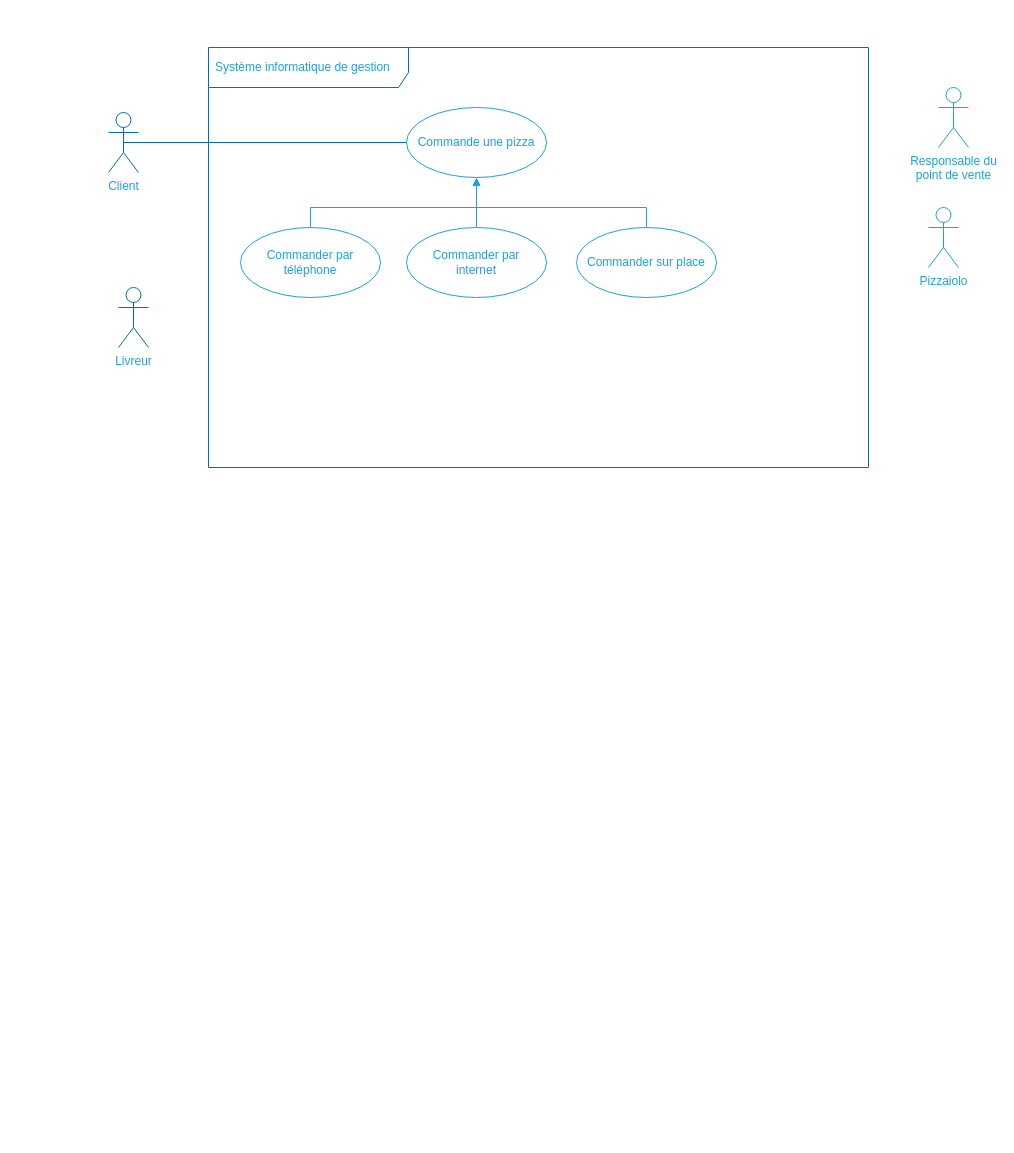
The draw.io diagram img/use-case-diagram.dio in centvingt/OCPizzaRedaction, before the edit. Source tidied: cells renumbered, new cells numbered last; positions are measured from the earlier drawing's top-left corner, leaving out a move shared by most shapes. Both pictures are drawn from the tidied source at 100%, with x=0, y=0 at pixel (108, 47).
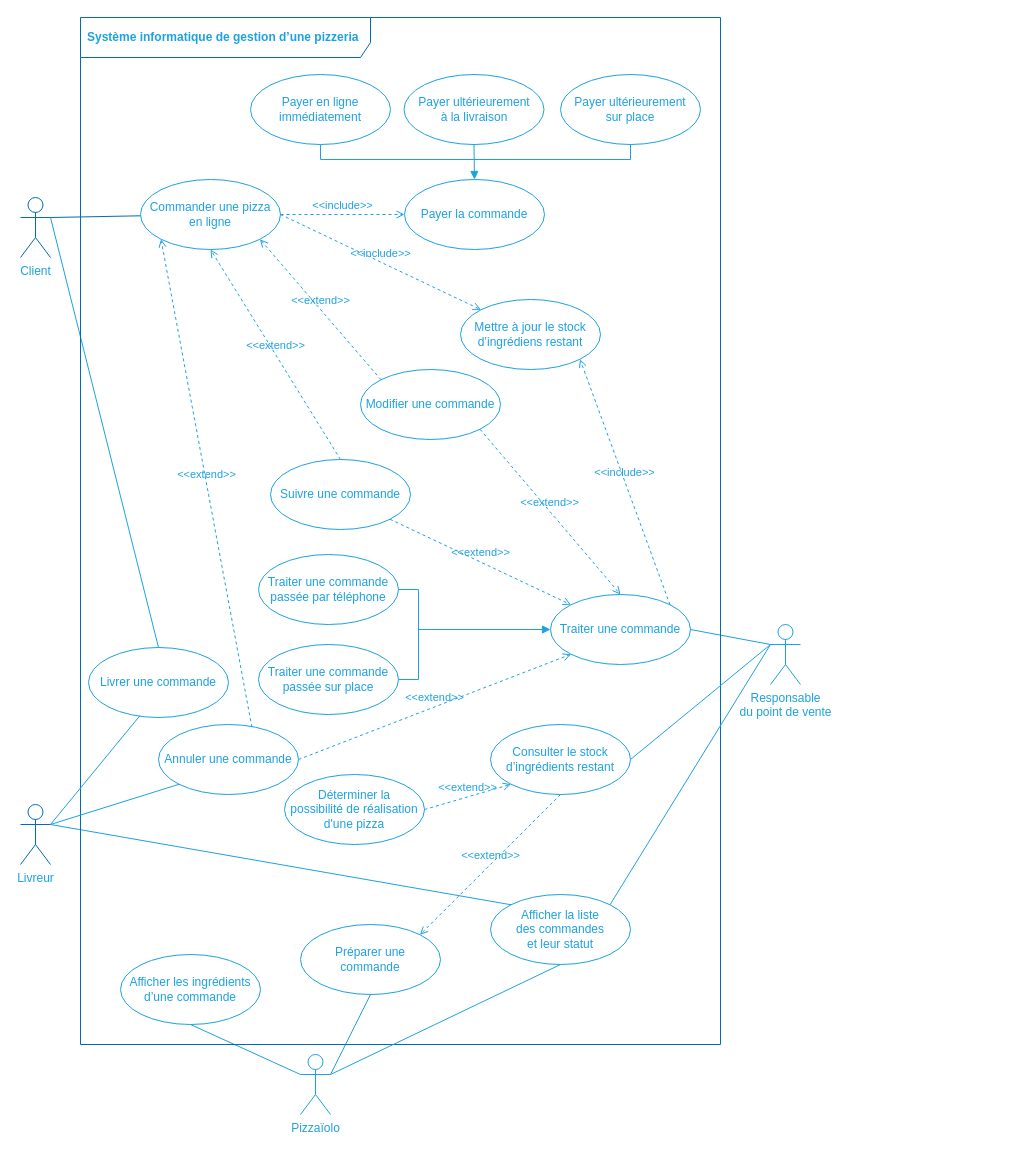
Above is the later version.

The edit, as a diff of the source:
```diff
@@
+    <mxCell id="14" parent="0" />
+    <mxCell id="15" style="edgeStyle=none;rounded=0;jettySize=auto;html=1;exitX=0.5;exitY=1;exitDx=0;exitDy=0;entryX=1;entryY=0.3333333333333333;entryDx=0;entryDy=0;entryPerimeter=0;endArrow=none;endFill=0;strokeColor=#1DA1E1;" parent="14" edge="1" source="34" target="4">
+      <mxGeometry relative="1" as="geometry" />
+    </mxCell>
+    <mxCell id="16" style="edgeStyle=none;rounded=0;jettySize=auto;html=1;exitX=0.5;exitY=1;exitDx=0;exitDy=0;entryX=0;entryY=0.3333333333333333;entryDx=0;entryDy=0;entryPerimeter=0;endArrow=none;endFill=0;strokeColor=#1DA1E1;" parent="14" edge="1" source="40" target="4">
+      <mxGeometry relative="1" as="geometry" />
+    </mxCell>
+    <mxCell id="17" style="edgeStyle=none;rounded=0;jettySize=auto;html=1;exitX=0;exitY=0;exitDx=0;exitDy=0;entryX=1;entryY=0.3333333333333333;entryDx=0;entryDy=0;entryPerimeter=0;endArrow=none;endFill=0;targetPerimeterSpacing=-12;strokeColor=#1DA1E1;" parent="14" edge="1" source="47" target="5">
+      <mxGeometry relative="1" as="geometry" />
+    </mxCell>
+    <mxCell id="18" style="rounded=0;jettySize=auto;html=1;exitX=1;exitY=0.5;exitDx=0;exitDy=0;entryX=0;entryY=0.3333333333333333;entryDx=0;entryDy=0;entryPerimeter=0;startArrow=none;startFill=0;endArrow=none;endFill=0;strokeColor=#1DA1E1;" parent="14" edge="1" source="56" target="3">
+      <mxGeometry relative="1" as="geometry" />
+    </mxCell>
+    <mxCell id="19" value="&lt;font color=&quot;#1da1e1&quot;&gt;&amp;lt;&amp;lt;extend&amp;gt;&amp;gt;&lt;/font&gt;" style="html=1;verticalAlign=bottom;labelBackgroundColor=none;endArrow=open;endFill=0;dashed=1;strokeColor=#1DA1E1;entryX=1;entryY=1;entryDx=0;entryDy=0;exitX=0;exitY=0;exitDx=0;exitDy=0;" parent="14" edge="1" source="35" target="8">
+      <mxGeometry relative="1" as="geometry" />
+    </mxCell>
+    <mxCell id="20" value="&lt;font color=&quot;#1da1e1&quot;&gt;&amp;lt;&amp;lt;extend&amp;gt;&amp;gt;&lt;/font&gt;" style="html=1;verticalAlign=bottom;labelBackgroundColor=none;endArrow=open;endFill=0;dashed=1;strokeColor=#1DA1E1;entryX=0.5;entryY=1;entryDx=0;entryDy=0;exitX=0.5;exitY=0;exitDx=0;exitDy=0;" parent="14" edge="1" source="53" target="8">
+      <mxGeometry relative="1" as="geometry" />
+    </mxCell>
+    <mxCell id="21" value="&lt;font color=&quot;#1da1e1&quot;&gt;&amp;lt;&amp;lt;extend&amp;gt;&amp;gt;&lt;/font&gt;" style="html=1;verticalAlign=bottom;labelBackgroundColor=none;endArrow=open;endFill=0;dashed=1;strokeColor=#1DA1E1;entryX=0;entryY=1;entryDx=0;entryDy=0;exitX=0.667;exitY=0.036;exitDx=0;exitDy=0;exitPerimeter=0;" parent="14" edge="1" source="50" target="8">
+      <mxGeometry relative="1" as="geometry" />
+    </mxCell>
+    <mxCell id="22" value="&lt;font color=&quot;#1da1e1&quot;&gt;&amp;lt;&amp;lt;extend&amp;gt;&amp;gt;&lt;/font&gt;" style="html=1;verticalAlign=bottom;labelBackgroundColor=none;endArrow=open;endFill=0;dashed=1;strokeColor=#1DA1E1;entryX=0.5;entryY=0;entryDx=0;entryDy=0;exitX=1;exitY=1;exitDx=0;exitDy=0;" parent="14" edge="1" source="35" target="56">
+      <mxGeometry relative="1" as="geometry" />
+    </mxCell>
+    <mxCell id="23" style="group;" parent="14" vertex="1">
+      <mxGeometry x="350" y="582" as="geometry" />
+    </mxCell>
+    <mxCell id="24" style="edgeStyle=orthogonalEdgeStyle;rounded=0;jettySize=auto;html=1;exitX=1;exitY=0.5;exitDx=0;exitDy=0;entryX=1;entryY=0.5;entryDx=0;entryDy=0;strokeColor=#1DA1E1;endArrow=none;endFill=0;" parent="23" edge="1" source="44" target="39">
+      <mxGeometry relative="1" as="geometry" />
+    </mxCell>
+    <mxCell id="25" style="rounded=0;jettySize=auto;html=1;exitX=0;exitY=0.5;exitDx=0;exitDy=0;endArrow=none;endFill=0;strokeColor=#1DA1E1;edgeStyle=orthogonalEdgeStyle;startArrow=block;startFill=1;" parent="23" edge="1" source="56">
+      <mxGeometry relative="1" as="geometry">
+        <mxPoint x="-40" as="targetPoint" />
+      </mxGeometry>
+    </mxCell>
+    <mxCell id="26" value="&lt;font color=&quot;#1da1e1&quot;&gt;&amp;lt;&amp;lt;extend&amp;gt;&amp;gt;&lt;/font&gt;" style="html=1;verticalAlign=bottom;labelBackgroundColor=none;endArrow=open;endFill=0;dashed=1;strokeColor=#1DA1E1;entryX=0;entryY=0;entryDx=0;entryDy=0;exitX=1;exitY=1;exitDx=0;exitDy=0;" parent="14" edge="1" source="53" target="56">
+      <mxGeometry relative="1" as="geometry" />
+    </mxCell>
+    <mxCell id="27" value="&lt;font color=&quot;#1da1e1&quot;&gt;&amp;lt;&amp;lt;extend&amp;gt;&amp;gt;&lt;/font&gt;" style="html=1;verticalAlign=bottom;labelBackgroundColor=none;endArrow=open;endFill=0;dashed=1;strokeColor=#1DA1E1;entryX=0;entryY=1;entryDx=0;entryDy=0;exitX=1;exitY=0.5;exitDx=0;exitDy=0;" parent="14" edge="1" source="50" target="56">
+      <mxGeometry relative="1" as="geometry" />
+    </mxCell>
+    <mxCell id="28" value="&lt;font color=&quot;#1da1e1&quot;&gt;&amp;lt;&amp;lt;extend&amp;gt;&amp;gt;&lt;/font&gt;" style="html=1;verticalAlign=bottom;labelBackgroundColor=none;endArrow=open;endFill=0;dashed=1;strokeColor=#1DA1E1;entryX=0;entryY=1;entryDx=0;entryDy=0;exitX=1;exitY=0.5;exitDx=0;exitDy=0;" parent="14" edge="1" source="58" target="42">
+      <mxGeometry relative="1" as="geometry" />
+    </mxCell>
+    <mxCell id="29" value="&lt;font color=&quot;#1da1e1&quot;&gt;&amp;lt;&amp;lt;extend&amp;gt;&amp;gt;&lt;/font&gt;" style="html=1;verticalAlign=bottom;labelBackgroundColor=none;endArrow=open;endFill=0;dashed=1;strokeColor=#1DA1E1;exitX=0.5;exitY=1;exitDx=0;exitDy=0;entryX=1;entryY=0;entryDx=0;entryDy=0;" parent="14" edge="1" source="42" target="34">
+      <mxGeometry relative="1" as="geometry" />
+    </mxCell>
+    <mxCell id="30" style="edgeStyle=none;rounded=0;jettySize=auto;html=1;exitX=0.5;exitY=0;exitDx=0;exitDy=0;entryX=1;entryY=0.3333333333333333;entryDx=0;entryDy=0;entryPerimeter=0;startArrow=none;startFill=0;endArrow=none;endFill=0;strokeColor=#1DA1E1;" parent="14" edge="1" source="33" target="7">
+      <mxGeometry relative="1" as="geometry" />
+    </mxCell>
+    <mxCell id="31" value="&lt;font color=&quot;#1da1e1&quot;&gt;Système informatique de gestion d’une pizzeria&lt;/font&gt;" style="shape=umlFrame;whiteSpace=wrap;html=1;width=290;height=40;boundedLbl=1;verticalAlign=middle;align=left;spacingLeft=5;strokeColor=#006EAF;fontColor=#ffffff;fillColor=none;fontStyle=1;" parent="14" vertex="1">
+      <mxGeometry x="-28" y="-30" width="640" height="1027" as="geometry" />
+    </mxCell>
@@
-    <mxCell id="2" value="&lt;font color=&quot;#1da1e1&quot;&gt;Système informatique de gestion&lt;/font&gt;" style="shape=umlFrame;whiteSpace=wrap;html=1;width=200;height=40;boundedLbl=1;verticalAlign=middle;align=left;spacingLeft=5;strokeColor=#006EAF;fontColor=#ffffff;fillColor=none;" parent="1" vertex="1">
-      <mxGeometry x="100" width="660" height="420" as="geometry" />
-    </mxCell>
-    <mxCell id="3" value="&lt;font color=&quot;#1da1e1&quot;&gt;Responsable du &lt;br&gt;point de vente&lt;br&gt;&lt;/font&gt;" style="shape=umlActor;verticalLabelPosition=bottom;verticalAlign=top;html=1;strokeColor=#1DA1E1;fillColor=none;" parent="1" vertex="1">
-      <mxGeometry x="830" y="40" width="30" height="60" as="geometry" />
-    </mxCell>
-    <mxCell id="4" value="&lt;font color=&quot;#1da1e1&quot;&gt;Pizzaiolo&lt;/font&gt;" style="shape=umlActor;verticalLabelPosition=bottom;verticalAlign=top;html=1;strokeColor=#1DA1E1;fillColor=none;" parent="1" vertex="1">
-      <mxGeometry x="820" y="160" width="30" height="60" as="geometry" />
+    <mxCell id="4" value="&lt;font color=&quot;#1da1e1&quot;&gt;Pizzaïolo&lt;/font&gt;" style="shape=umlActor;verticalLabelPosition=bottom;verticalAlign=top;html=1;strokeColor=#1DA1E1;fillColor=none;" parent="1" vertex="1">
+      <mxGeometry x="192" y="1007" width="30" height="60" as="geometry" />
     </mxCell>
+    <mxCell id="32" style="edgeStyle=none;jettySize=auto;html=1;exitX=1;exitY=0.3333333333333333;exitDx=0;exitDy=0;exitPerimeter=0;entryX=0.366;entryY=0.977;entryDx=0;entryDy=0;startArrow=none;startFill=0;endArrow=none;endFill=0;targetPerimeterSpacing=0;strokeColor=#1DA1E1;entryPerimeter=0;" parent="1" edge="1" source="5" target="33">
+      <mxGeometry relative="1" as="geometry" />
+    </mxCell>
-    <mxCell id="5" value="&lt;font color=&quot;#1da1e1&quot;&gt;Livreur&lt;/font&gt;" style="shape=umlActor;verticalLabelPosition=bottom;verticalAlign=top;html=1;strokeColor=#006EAF;fontColor=#ffffff;fillColor=none;" parent="1" vertex="1">
-      <mxGeometry x="10" y="240" width="30" height="60" as="geometry" />
+    <mxCell id="5" value="&lt;font color=&quot;#1da1e1&quot;&gt;Livreur&lt;/font&gt;" style="shape=umlActor;verticalLabelPosition=bottom;verticalAlign=top;html=1;strokeColor=#006EAF;fontColor=#ffffff;fillColor=none;rotation=0;direction=east;" parent="1" vertex="1">
+      <mxGeometry x="-88" y="757" width="30" height="60" as="geometry" />
     </mxCell>
-    <mxCell id="6" style="edgeStyle=orthogonalEdgeStyle;rounded=0;jettySize=auto;html=1;exitX=0.5;exitY=0.5;exitDx=0;exitDy=0;exitPerimeter=0;endArrow=none;endFill=0;fillColor=#1ba1e2;strokeColor=#006EAF;" parent="1" edge="1" source="7" target="8">
+    <mxCell id="6" style="rounded=0;jettySize=auto;html=1;exitX=1;exitY=0.3333333333333333;exitDx=0;exitDy=0;exitPerimeter=0;endArrow=none;endFill=0;fillColor=#1ba1e2;strokeColor=#006EAF;" parent="1" edge="1" source="7" target="8">
       <mxGeometry relative="1" as="geometry" />
     </mxCell>
     <mxCell id="7" value="&lt;font color=&quot;#1da1e1&quot;&gt;Client&lt;/font&gt;" style="shape=umlActor;verticalLabelPosition=bottom;verticalAlign=top;html=1;strokeColor=#006EAF;fontColor=#ffffff;fillColor=none;" parent="1" vertex="1">
-      <mxGeometry y="65" width="30" height="60" as="geometry" />
+      <mxGeometry x="-88" y="150" width="30" height="60" as="geometry" />
     </mxCell>
-    <mxCell id="8" value="&lt;font color=&quot;#1da1e1&quot;&gt;Commande une pizza&lt;/font&gt;" style="ellipse;whiteSpace=wrap;html=1;fillColor=none;strokeColor=#1DA1E1;" parent="1" vertex="1">
-      <mxGeometry x="298" y="60" width="140" height="70" as="geometry" />
+    <mxCell id="8" value="&lt;font color=&quot;#1da1e1&quot;&gt;Commander une pizza &lt;br&gt;en ligne&lt;/font&gt;" style="ellipse;whiteSpace=wrap;html=1;fillColor=none;strokeColor=#1DA1E1;" parent="1" vertex="1">
+      <mxGeometry x="32" y="132" width="140" height="70" as="geometry" />
     </mxCell>
-    <mxCell id="9" value="&lt;font color=&quot;#1da1e1&quot;&gt;Commander par téléphone&lt;/font&gt;" style="ellipse;whiteSpace=wrap;html=1;fillColor=none;strokeColor=#1DA1E1;" parent="1" vertex="1">
-      <mxGeometry x="132" y="180" width="140" height="70" as="geometry" />
-    </mxCell>
-    <mxCell id="10" style="edgeStyle=orthogonalEdgeStyle;rounded=0;jettySize=auto;html=1;endArrow=block;endFill=1;strokeColor=#1DA1E1;" parent="1" edge="1" source="11" target="8">
-      <mxGeometry relative="1" as="geometry" />
-    </mxCell>
-    <mxCell id="11" value="&lt;font color=&quot;#1da1e1&quot;&gt;Commander par &lt;br&gt;internet&lt;/font&gt;" style="ellipse;whiteSpace=wrap;html=1;fillColor=none;strokeColor=#1DA1E1;" parent="1" vertex="1">
-      <mxGeometry x="298" y="180" width="140" height="70" as="geometry" />
-    </mxCell>
-    <mxCell id="12" style="edgeStyle=orthogonalEdgeStyle;rounded=0;jettySize=auto;html=1;endArrow=none;endFill=0;strokeColor=#1DA1E1;" parent="1" edge="1" source="13" target="9">
-      <mxGeometry relative="1" as="geometry">
-        <Array as="points">
-          <mxPoint x="538" y="160" />
-          <mxPoint x="202" y="160" />
-        </Array>
-      </mxGeometry>
-    </mxCell>
-    <mxCell id="13" value="&lt;font color=&quot;#1da1e1&quot;&gt;Commander sur place&lt;/font&gt;" style="ellipse;whiteSpace=wrap;html=1;fillColor=none;strokeColor=#1DA1E1;" parent="1" vertex="1">
-      <mxGeometry x="468" y="180" width="140" height="70" as="geometry" />
-    </mxCell>
+    <mxCell id="33" value="&lt;font color=&quot;#1da1e1&quot;&gt;Livrer une&amp;nbsp;commande&lt;/font&gt;" style="ellipse;whiteSpace=wrap;html=1;fillColor=none;strokeColor=#1DA1E1;" parent="1" vertex="1">
+      <mxGeometry x="-20" y="600" width="140" height="70" as="geometry" />
+    </mxCell>
+    <mxCell id="34" value="&lt;font color=&quot;#1da1e1&quot;&gt;Préparer une &lt;br&gt;commande&lt;/font&gt;" style="ellipse;whiteSpace=wrap;html=1;fillColor=none;strokeColor=#1DA1E1;" parent="1" vertex="1">
+      <mxGeometry x="192" y="877" width="140" height="70" as="geometry" />
+    </mxCell>
+    <mxCell id="35" value="&lt;font color=&quot;#1da1e1&quot;&gt;Modifier une commande&lt;/font&gt;" style="ellipse;whiteSpace=wrap;html=1;fillColor=none;strokeColor=#1DA1E1;" parent="1" vertex="1">
+      <mxGeometry x="252" y="322" width="140" height="70" as="geometry" />
+    </mxCell>
+    <mxCell id="36" style="edgeStyle=orthogonalEdgeStyle;rounded=0;jettySize=auto;html=1;exitX=0.5;exitY=0;exitDx=0;exitDy=0;startArrow=block;startFill=1;endArrow=none;endFill=0;targetPerimeterSpacing=0;strokeColor=#1DA1E1;entryX=0.5;entryY=1;entryDx=0;entryDy=0;" parent="1" edge="1" source="37" target="54">
+      <mxGeometry relative="1" as="geometry" />
+    </mxCell>
+    <mxCell id="37" value="&lt;font color=&quot;#1da1e1&quot;&gt;Payer la commande&lt;/font&gt;" style="ellipse;whiteSpace=wrap;html=1;fillColor=none;strokeColor=#1DA1E1;" parent="1" vertex="1">
+      <mxGeometry x="296" y="132" width="140" height="70" as="geometry" />
+    </mxCell>
+    <mxCell id="38" value="&lt;font color=&quot;#1da1e1&quot;&gt;&amp;lt;&amp;lt;include&amp;gt;&amp;gt;&lt;/font&gt;" style="html=1;verticalAlign=bottom;labelBackgroundColor=none;endArrow=open;endFill=0;dashed=1;strokeColor=#1DA1E1;entryX=0;entryY=0.5;entryDx=0;entryDy=0;exitX=1;exitY=0.5;exitDx=0;exitDy=0;" parent="1" edge="1" source="8" target="37">
+      <mxGeometry relative="1" as="geometry" />
+    </mxCell>
+    <mxCell id="39" value="&lt;font color=&quot;#1da1e1&quot; style=&quot;font-weight: normal&quot;&gt;Traiter une commande passée sur place&lt;/font&gt;" style="ellipse;whiteSpace=wrap;html=1;fillColor=none;strokeColor=#1DA1E1;fontStyle=1;" parent="1" vertex="1">
+      <mxGeometry x="150" y="597" width="140" height="70" as="geometry" />
+    </mxCell>
+    <mxCell id="3" value="&lt;font color=&quot;#1da1e1&quot;&gt;Responsable &lt;br&gt;du point de vente&lt;br&gt;&lt;/font&gt;" style="shape=umlActor;verticalLabelPosition=bottom;verticalAlign=top;html=1;strokeColor=#1DA1E1;fillColor=none;" parent="1" vertex="1">
+      <mxGeometry x="662" y="577" width="30" height="60" as="geometry" />
+    </mxCell>
+    <mxCell id="40" value="&lt;font color=&quot;#1da1e1&quot;&gt;Afficher les ingrédients&lt;br&gt;d’une commande&lt;br&gt;&lt;/font&gt;" style="ellipse;whiteSpace=wrap;html=1;fillColor=none;strokeColor=#1DA1E1;" parent="1" vertex="1">
+      <mxGeometry x="12" y="907" width="140" height="70" as="geometry" />
+    </mxCell>
+    <mxCell id="41" style="edgeStyle=none;jettySize=auto;html=1;exitX=1;exitY=0.5;exitDx=0;exitDy=0;entryX=0;entryY=0.3333333333333333;entryDx=0;entryDy=0;entryPerimeter=0;startArrow=none;startFill=0;endArrow=none;endFill=0;targetPerimeterSpacing=0;strokeColor=#1DA1E1;" parent="1" edge="1" source="42" target="3">
+      <mxGeometry relative="1" as="geometry" />
+    </mxCell>
+    <mxCell id="42" value="&lt;font color=&quot;#1da1e1&quot;&gt;Consulter le stock d’ingrédients restant&lt;/font&gt;" style="ellipse;whiteSpace=wrap;html=1;fillColor=none;strokeColor=#1DA1E1;" parent="1" vertex="1">
+      <mxGeometry x="382" y="677" width="140" height="70" as="geometry" />
+    </mxCell>
+    <mxCell id="43" value="&lt;font color=&quot;#1da1e1&quot;&gt;Mettre à jour le stock d’ingrédiens restant&lt;/font&gt;" style="ellipse;whiteSpace=wrap;html=1;fillColor=none;strokeColor=#1DA1E1;" parent="1" vertex="1">
+      <mxGeometry x="352" y="252" width="140" height="70" as="geometry" />
+    </mxCell>
+    <mxCell id="44" value="&lt;font color=&quot;#1da1e1&quot; style=&quot;font-weight: normal&quot;&gt;Traiter une commande passée par téléphone&lt;/font&gt;" style="ellipse;whiteSpace=wrap;html=1;fillColor=none;strokeColor=#1DA1E1;fontStyle=1;" parent="1" vertex="1">
+      <mxGeometry x="150" y="507" width="140" height="70" as="geometry" />
+    </mxCell>
+    <mxCell id="45" style="edgeStyle=none;jettySize=auto;html=1;exitX=1;exitY=0;exitDx=0;exitDy=0;entryX=0;entryY=0.3333333333333333;entryDx=0;entryDy=0;entryPerimeter=0;startArrow=none;startFill=0;endArrow=none;endFill=0;targetPerimeterSpacing=0;strokeColor=#1DA1E1;" parent="1" edge="1" source="47" target="3">
+      <mxGeometry relative="1" as="geometry" />
+    </mxCell>
+    <mxCell id="46" style="rounded=0;jettySize=auto;html=1;exitX=0.5;exitY=1;exitDx=0;exitDy=0;entryX=1;entryY=0.3333333333333333;entryDx=0;entryDy=0;entryPerimeter=0;startArrow=none;startFill=0;endArrow=none;endFill=0;targetPerimeterSpacing=0;strokeColor=#1DA1E1;" parent="1" edge="1" source="47" target="4">
+      <mxGeometry relative="1" as="geometry" />
+    </mxCell>
+    <mxCell id="47" value="&lt;font color=&quot;#1da1e1&quot;&gt;Afficher la liste &lt;br&gt;des commandes &lt;br&gt;et leur statut&lt;/font&gt;" style="ellipse;whiteSpace=wrap;html=1;fillColor=none;strokeColor=#1DA1E1;" parent="1" vertex="1">
+      <mxGeometry x="382" y="847" width="140" height="70" as="geometry" />
+    </mxCell>
+    <mxCell id="48" style="edgeStyle=orthogonalEdgeStyle;jettySize=auto;html=1;exitX=0.5;exitY=1;exitDx=0;exitDy=0;entryX=0.5;entryY=1;entryDx=0;entryDy=0;startArrow=none;startFill=0;endArrow=none;endFill=0;targetPerimeterSpacing=0;strokeColor=#1DA1E1;rounded=0;" parent="1" edge="1" source="49" target="52">
+      <mxGeometry relative="1" as="geometry">
+        <Array as="points">
+          <mxPoint x="212" y="112" />
+          <mxPoint x="522" y="112" />
+        </Array>
+      </mxGeometry>
+    </mxCell>
+    <mxCell id="49" value="&lt;font color=&quot;#1da1e1&quot;&gt;Payer en ligne immédiatement&lt;br&gt;&lt;/font&gt;" style="ellipse;whiteSpace=wrap;html=1;fillColor=none;strokeColor=#1DA1E1;" parent="1" vertex="1">
+      <mxGeometry x="142" y="27" width="140" height="70" as="geometry" />
+    </mxCell>
+    <mxCell id="50" value="&lt;font color=&quot;#1da1e1&quot;&gt;Annuler une commande&lt;/font&gt;" style="ellipse;whiteSpace=wrap;html=1;fillColor=none;strokeColor=#1DA1E1;" parent="1" vertex="1">
+      <mxGeometry x="50" y="677" width="140" height="70" as="geometry" />
+    </mxCell>
+    <mxCell id="51" style="edgeStyle=none;jettySize=auto;html=1;exitX=0;exitY=1;exitDx=0;exitDy=0;entryX=1;entryY=0.3333333333333333;entryDx=0;entryDy=0;entryPerimeter=0;startArrow=none;startFill=0;endArrow=none;endFill=0;targetPerimeterSpacing=0;strokeColor=#1DA1E1;" parent="1" edge="1" source="50" target="5">
+      <mxGeometry relative="1" as="geometry" />
+    </mxCell>
+    <mxCell id="52" value="&lt;font color=&quot;#1da1e1&quot;&gt;Payer ultérieurement&lt;br&gt;sur place&lt;br&gt;&lt;/font&gt;" style="ellipse;whiteSpace=wrap;html=1;fillColor=none;strokeColor=#1DA1E1;" parent="1" vertex="1">
+      <mxGeometry x="452" y="27" width="140" height="70" as="geometry" />
+    </mxCell>
+    <mxCell id="53" value="&lt;font color=&quot;#1da1e1&quot;&gt;Suivre une commande&lt;/font&gt;" style="ellipse;whiteSpace=wrap;html=1;fillColor=none;strokeColor=#1DA1E1;" parent="1" vertex="1">
+      <mxGeometry x="162" y="412" width="140" height="70" as="geometry" />
+    </mxCell>
+    <mxCell id="54" value="&lt;font color=&quot;#1da1e1&quot;&gt;Payer ultérieurement&lt;br&gt;à la livraison&lt;br&gt;&lt;/font&gt;" style="ellipse;whiteSpace=wrap;html=1;fillColor=none;strokeColor=#1DA1E1;" parent="1" vertex="1">
+      <mxGeometry x="295.5" y="27" width="140" height="70" as="geometry" />
+    </mxCell>
+    <mxCell id="55" value="&lt;font color=&quot;#1da1e1&quot;&gt;&amp;lt;&amp;lt;include&amp;gt;&amp;gt;&lt;/font&gt;" style="html=1;verticalAlign=bottom;labelBackgroundColor=none;endArrow=open;endFill=0;dashed=1;strokeColor=#1DA1E1;entryX=0;entryY=0;entryDx=0;entryDy=0;exitX=1;exitY=0.5;exitDx=0;exitDy=0;" parent="1" edge="1" source="8" target="43">
+      <mxGeometry relative="1" as="geometry" />
+    </mxCell>
+    <mxCell id="56" value="&lt;font color=&quot;#1da1e1&quot; style=&quot;font-weight: normal&quot;&gt;Traiter une commande&lt;/font&gt;" style="ellipse;whiteSpace=wrap;html=1;fillColor=none;strokeColor=#1DA1E1;fontStyle=1;" parent="1" vertex="1">
+      <mxGeometry x="442" y="547" width="140" height="70" as="geometry" />
+    </mxCell>
+    <mxCell id="57" value="&lt;font color=&quot;#1da1e1&quot;&gt;&amp;lt;&amp;lt;include&amp;gt;&amp;gt;&lt;/font&gt;" style="html=1;verticalAlign=bottom;labelBackgroundColor=none;endArrow=open;endFill=0;dashed=1;strokeColor=#1DA1E1;entryX=1;entryY=1;entryDx=0;entryDy=0;exitX=1;exitY=0;exitDx=0;exitDy=0;" parent="1" edge="1" source="56" target="43">
+      <mxGeometry relative="1" as="geometry" />
+    </mxCell>
+    <mxCell id="58" value="&lt;font color=&quot;#1da1e1&quot;&gt;Déterminer la &lt;br&gt;possibilité de réalisation d'une pizza&lt;br&gt;&lt;/font&gt;" style="ellipse;whiteSpace=wrap;html=1;fillColor=none;strokeColor=#1DA1E1;" parent="1" vertex="1">
+      <mxGeometry x="176" y="727" width="140" height="70" as="geometry" />
+    </mxCell>
```
